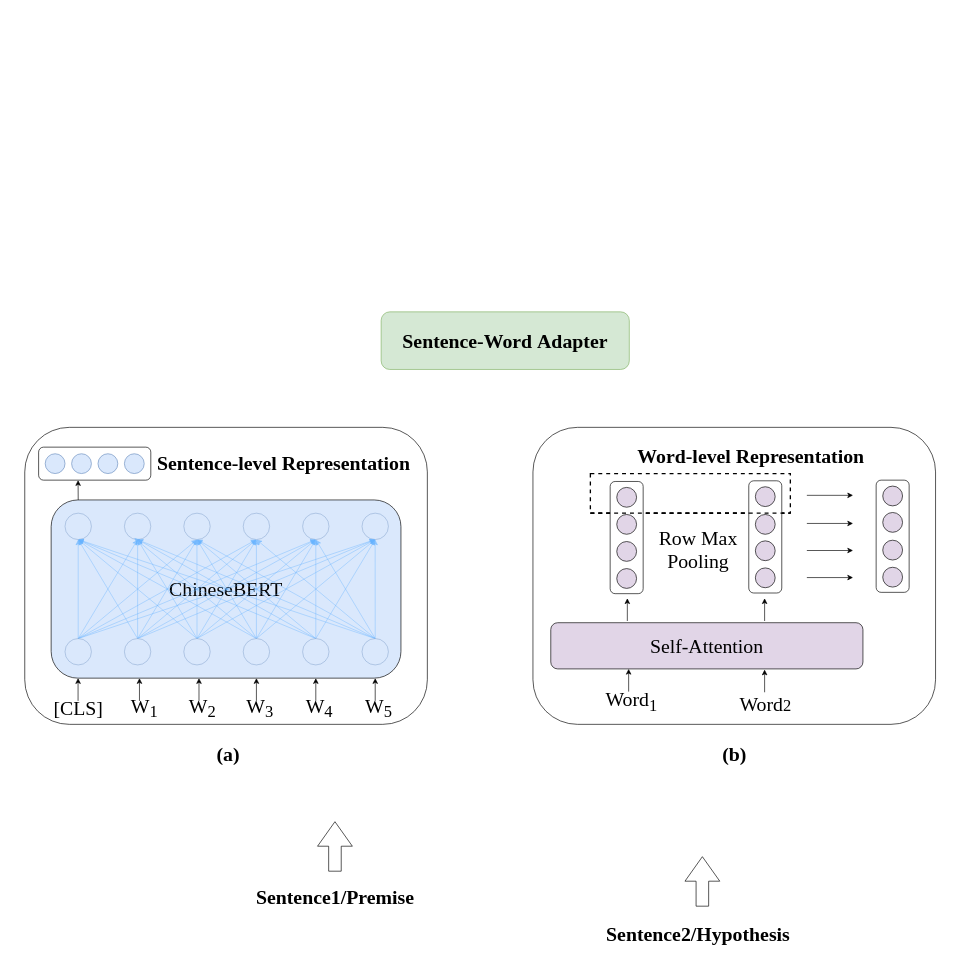
Earlier version of the draw.io diagram text_match/NLI_method.drawio (lengyueit/paper_pic). Source tidied: cells renumbered, new cells numbered last; positions are measured from the earlier drawing's top-left corner, leaving out a move shared by most shapes. Both pictures are drawn from the tidied source at 66%, with x=0, y=0 at pixel (24, 312).
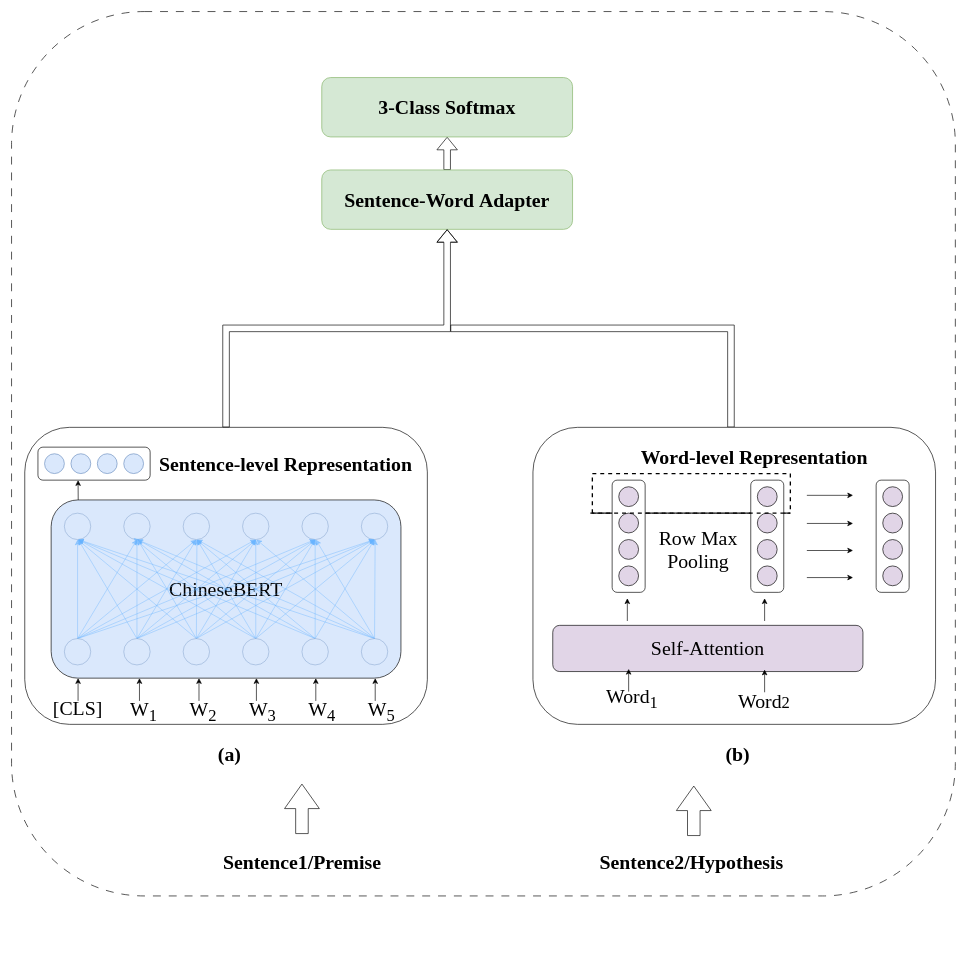
After the change.

Unchanged cells that the change refers to:
```xml
<mxCell id="6" style="rounded=1;whiteSpace=wrap;html=1;" parent="1" vertex="1">
  <mxGeometry y="175" width="610" height="450" as="geometry" />
</mxCell>
```

The edit, as a diff of the source:
```diff
@@
+    <mxCell id="110" style="rounded=1;whiteSpace=wrap;html=1;dashed=1;dashPattern=12 12;" parent="1" vertex="1">
+      <mxGeometry x="-20" y="-455" width="1430" height="1340" as="geometry" />
+    </mxCell>
     <mxCell id="2" value="&lt;font face=&quot;Times New Roman&quot; style=&quot;font-size: 30px;&quot;&gt;&lt;b&gt;Sentence1/Premise&lt;/b&gt;&lt;/font&gt;" style="text;html=1;align=center;verticalAlign=middle;strokeColor=none;fillColor=none;" parent="1" vertex="1">
-      <mxGeometry x="340" y="862" width="260" height="50" as="geometry" />
+      <mxGeometry x="290" y="808" width="260" height="50" as="geometry" />
     </mxCell>
     <mxCell id="3" value="&lt;font face=&quot;Times New Roman&quot; style=&quot;font-size: 30px;&quot;&gt;&lt;b&gt;Sentence2/Hypothesis&lt;/b&gt;&lt;/font&gt;" style="text;html=1;align=center;verticalAlign=middle;strokeColor=none;fillColor=none;" parent="1" vertex="1">
-      <mxGeometry x="870" y="917" width="300" height="50" as="geometry" />
+      <mxGeometry x="860" y="808" width="300" height="50" as="geometry" />
     </mxCell>
     <mxCell id="4" style="shape=flexArrow;endArrow=classic;html=1;rounded=0;endWidth=32.72727272727273;endSize=12.047619047619047;width=19.047619047619047;" parent="1" edge="1">
       <mxGeometry relative="1" as="geometry">
-        <mxPoint x="470" y="848" as="sourcePoint" />
-        <mxPoint x="470" y="772" as="targetPoint" />
+        <mxPoint x="420" y="791" as="sourcePoint" />
+        <mxPoint x="420" y="715" as="targetPoint" />
       </mxGeometry>
     </mxCell>
     <mxCell id="5" style="shape=flexArrow;endArrow=classic;html=1;rounded=0;endWidth=32.72727272727273;endSize=12.047619047619047;width=19.047619047619047;" parent="1" edge="1">
       <mxGeometry relative="1" as="geometry">
-        <mxPoint x="1026.7" y="901" as="sourcePoint" />
-        <mxPoint x="1026.7" y="825" as="targetPoint" />
+        <mxPoint x="1013.7" y="794" as="sourcePoint" />
+        <mxPoint x="1013.7" y="718" as="targetPoint" />
       </mxGeometry>
     </mxCell>
@@
     <mxCell id="7" value="&lt;font style=&quot;font-size: 30px;&quot; face=&quot;Times New Roman&quot;&gt;&lt;b&gt;Sentence-level Representation&lt;/b&gt;&lt;/font&gt;" style="text;html=1;align=center;verticalAlign=middle;strokeColor=none;fillColor=none;" parent="1" vertex="1">
-      <mxGeometry x="187" y="204" width="410" height="50" as="geometry" />
+      <mxGeometry x="190" y="205" width="410" height="50" as="geometry" />
     </mxCell>
     <mxCell id="8" value="&lt;font style=&quot;font-size: 30px;&quot; face=&quot;Times New Roman&quot;&gt;[CLS]&lt;/font&gt;" style="text;html=1;align=center;verticalAlign=middle;strokeColor=none;fillColor=none;" parent="1" vertex="1">
-      <mxGeometry x="31" y="575" width="100" height="50" as="geometry" />
+      <mxGeometry x="30" y="575" width="100" height="50" as="geometry" />
     </mxCell>
     <mxCell id="9" value="&lt;font style=&quot;font-size: 30px;&quot; face=&quot;Times New Roman&quot;&gt;W&lt;sub&gt;1&lt;/sub&gt;&lt;/font&gt;" style="text;html=1;align=center;verticalAlign=middle;strokeColor=none;fillColor=none;" parent="1" vertex="1">
-      <mxGeometry x="151" y="570" width="60" height="60" as="geometry" />
+      <mxGeometry x="150" y="575" width="60" height="60" as="geometry" />
     </mxCell>
     <mxCell id="10" value="&lt;font style=&quot;font-size: 30px;&quot; face=&quot;Times New Roman&quot;&gt;W&lt;sub&gt;2&lt;/sub&gt;&lt;/font&gt;" style="text;html=1;align=center;verticalAlign=middle;strokeColor=none;fillColor=none;" parent="1" vertex="1">
-      <mxGeometry x="238.5" y="570" width="60" height="60" as="geometry" />
+      <mxGeometry x="240" y="575" width="60" height="60" as="geometry" />
     </mxCell>
     <mxCell id="11" value="&lt;font style=&quot;font-size: 30px;&quot; face=&quot;Times New Roman&quot;&gt;W&lt;sub&gt;3&lt;/sub&gt;&lt;/font&gt;" style="text;html=1;align=center;verticalAlign=middle;strokeColor=none;fillColor=none;" parent="1" vertex="1">
-      <mxGeometry x="326" y="570" width="60" height="60" as="geometry" />
+      <mxGeometry x="330" y="575" width="60" height="60" as="geometry" />
     </mxCell>
     <mxCell id="12" value="&lt;font style=&quot;font-size: 30px;&quot; face=&quot;Times New Roman&quot;&gt;W&lt;sub&gt;4&lt;/sub&gt;&lt;/font&gt;" style="text;html=1;align=center;verticalAlign=middle;strokeColor=none;fillColor=none;" parent="1" vertex="1">
-      <mxGeometry x="416" y="570" width="60" height="60" as="geometry" />
+      <mxGeometry x="420" y="575" width="60" height="60" as="geometry" />
     </mxCell>
     <mxCell id="13" value="&lt;font style=&quot;font-size: 30px;&quot; face=&quot;Times New Roman&quot;&gt;W&lt;sub&gt;5&lt;/sub&gt;&lt;/font&gt;" style="text;html=1;align=center;verticalAlign=middle;strokeColor=none;fillColor=none;" parent="1" vertex="1">
-      <mxGeometry x="506" y="570" width="60" height="60" as="geometry" />
+      <mxGeometry x="510" y="575" width="60" height="60" as="geometry" />
     </mxCell>
     <mxCell id="14" style="group;" parent="1" vertex="1">
-      <mxGeometry x="21" y="205" width="170" height="50" as="geometry" />
+      <mxGeometry x="20" y="205" width="170" height="50" as="geometry" />
     </mxCell>
@@
     <mxCell id="27" value="&lt;font face=&quot;Times New Roman&quot;&gt;&lt;span style=&quot;font-size: 30px;&quot;&gt;&lt;b&gt;(a)&lt;/b&gt;&lt;/span&gt;&lt;/font&gt;" style="text;html=1;align=center;verticalAlign=middle;strokeColor=none;fillColor=none;" parent="1" vertex="1">
-      <mxGeometry x="278" y="645" width="60" height="50" as="geometry" />
+      <mxGeometry x="280" y="645" width="60" height="50" as="geometry" />
     </mxCell>
@@
     <mxCell id="29" style="ellipse;whiteSpace=wrap;html=1;fillColor=#dae8fc;strokeColor=#6c8ebf;opacity=60;" parent="1" vertex="1">
-      <mxGeometry x="61" y="305" width="40" height="40" as="geometry" />
+      <mxGeometry x="60" y="305" width="40" height="40" as="geometry" />
     </mxCell>
     <mxCell id="30" style="ellipse;whiteSpace=wrap;html=1;fillColor=#dae8fc;strokeColor=#6c8ebf;opacity=60;" parent="1" vertex="1">
-      <mxGeometry x="151" y="305" width="40" height="40" as="geometry" />
+      <mxGeometry x="150" y="305" width="40" height="40" as="geometry" />
     </mxCell>
     <mxCell id="31" style="ellipse;whiteSpace=wrap;html=1;fillColor=#dae8fc;strokeColor=#6c8ebf;opacity=60;" parent="1" vertex="1">
-      <mxGeometry x="241" y="305" width="40" height="40" as="geometry" />
+      <mxGeometry x="240" y="305" width="40" height="40" as="geometry" />
     </mxCell>
     <mxCell id="32" style="ellipse;whiteSpace=wrap;html=1;fillColor=#dae8fc;strokeColor=#6c8ebf;opacity=60;" parent="1" vertex="1">
-      <mxGeometry x="331" y="305" width="40" height="40" as="geometry" />
+      <mxGeometry x="330" y="305" width="40" height="40" as="geometry" />
     </mxCell>
     <mxCell id="33" style="ellipse;whiteSpace=wrap;html=1;fillColor=#dae8fc;strokeColor=#6c8ebf;opacity=60;" parent="1" vertex="1">
-      <mxGeometry x="421" y="305" width="40" height="40" as="geometry" />
+      <mxGeometry x="420" y="305" width="40" height="40" as="geometry" />
     </mxCell>
     <mxCell id="34" style="ellipse;whiteSpace=wrap;html=1;fillColor=#dae8fc;strokeColor=#6c8ebf;opacity=60;" parent="1" vertex="1">
-      <mxGeometry x="511" y="305" width="40" height="40" as="geometry" />
+      <mxGeometry x="510" y="305" width="40" height="40" as="geometry" />
     </mxCell>
@@
     <mxCell id="41" style="ellipse;whiteSpace=wrap;html=1;fillColor=#dae8fc;strokeColor=#6c8ebf;opacity=60;" parent="1" vertex="1">
-      <mxGeometry x="61" y="495" width="40" height="40" as="geometry" />
+      <mxGeometry x="60" y="495" width="40" height="40" as="geometry" />
     </mxCell>
@@
     <mxCell id="48" style="ellipse;whiteSpace=wrap;html=1;fillColor=#dae8fc;strokeColor=#6c8ebf;opacity=60;" parent="1" vertex="1">
-      <mxGeometry x="151" y="495" width="40" height="40" as="geometry" />
+      <mxGeometry x="150" y="495" width="40" height="40" as="geometry" />
     </mxCell>
@@
     <mxCell id="55" style="ellipse;whiteSpace=wrap;html=1;fillColor=#dae8fc;strokeColor=#6c8ebf;opacity=60;" parent="1" vertex="1">
-      <mxGeometry x="241" y="495" width="40" height="40" as="geometry" />
+      <mxGeometry x="240" y="495" width="40" height="40" as="geometry" />
     </mxCell>
@@
     <mxCell id="62" style="ellipse;whiteSpace=wrap;html=1;fillColor=#dae8fc;strokeColor=#6c8ebf;opacity=60;" parent="1" vertex="1">
-      <mxGeometry x="331" y="495" width="40" height="40" as="geometry" />
+      <mxGeometry x="330" y="495" width="40" height="40" as="geometry" />
     </mxCell>
@@
     <mxCell id="68" style="ellipse;whiteSpace=wrap;html=1;fillColor=#dae8fc;strokeColor=#6c8ebf;opacity=60;" parent="1" vertex="1">
-      <mxGeometry x="421" y="495" width="40" height="40" as="geometry" />
+      <mxGeometry x="420" y="495" width="40" height="40" as="geometry" />
     </mxCell>
@@
     <mxCell id="75" style="ellipse;whiteSpace=wrap;html=1;fillColor=#dae8fc;strokeColor=#6c8ebf;opacity=60;" parent="1" vertex="1">
-      <mxGeometry x="511" y="495" width="40" height="40" as="geometry" />
+      <mxGeometry x="510" y="495" width="40" height="40" as="geometry" />
     </mxCell>
+    <mxCell id="111" style="edgeStyle=orthogonalEdgeStyle;rounded=0;orthogonalLoop=1;jettySize=auto;html=1;exitX=0.5;exitY=0;exitDx=0;exitDy=0;shape=flexArrow;endArrow=none;endFill=0;" parent="1" edge="1">
+      <mxGeometry relative="1" as="geometry">
+        <mxPoint x="1070" y="175" as="sourcePoint" />
+        <mxPoint x="645" y="25" as="targetPoint" />
+        <Array as="points">
+          <mxPoint x="1070" y="25" />
+        </Array>
+      </mxGeometry>
+    </mxCell>
@@
     <mxCell id="77" value="&lt;font face=&quot;Times New Roman&quot;&gt;&lt;span style=&quot;font-size: 30px;&quot;&gt;&lt;b&gt;(b)&lt;/b&gt;&lt;/span&gt;&lt;/font&gt;" style="text;html=1;align=center;verticalAlign=middle;strokeColor=none;fillColor=none;" parent="1" vertex="1">
-      <mxGeometry x="1045" y="645" width="60" height="50" as="geometry" />
+      <mxGeometry x="1050" y="645" width="60" height="50" as="geometry" />
     </mxCell>
     <mxCell id="78" value="&lt;font face=&quot;Times New Roman&quot;&gt;&lt;span style=&quot;font-size: 30px;&quot;&gt;Word&lt;sub&gt;1&lt;/sub&gt;&lt;/span&gt;&lt;/font&gt;" style="text;html=1;align=center;verticalAlign=middle;strokeColor=none;fillColor=none;" parent="1" vertex="1">
-      <mxGeometry x="869" y="560" width="100" height="60" as="geometry" />
+      <mxGeometry x="870" y="555" width="100" height="60" as="geometry" />
     </mxCell>
     <mxCell id="79" value="&lt;font style=&quot;font-size: 30px;&quot; face=&quot;Times New Roman&quot;&gt;Self-Attention&lt;/font&gt;" style="rounded=1;whiteSpace=wrap;html=1;fillColor=#e1d5e7;strokeColor=#000000;" parent="1" vertex="1">
-      <mxGeometry x="797" y="471" width="473" height="70" as="geometry" />
+      <mxGeometry x="800" y="475" width="470" height="70" as="geometry" />
     </mxCell>
     <mxCell id="80" value="&lt;font style=&quot;font-size: 30px;&quot; face=&quot;Times New Roman&quot;&gt;&lt;b&gt;Word&lt;/b&gt;&lt;/font&gt;&lt;font face=&quot;Times New Roman&quot; style=&quot;font-size: 30px;&quot;&gt;&lt;b&gt;&lt;font style=&quot;font-size: 30px;&quot;&gt;-level&amp;nbsp;&lt;/font&gt;Representation&lt;/b&gt;&lt;/font&gt;" style="text;html=1;align=center;verticalAlign=middle;strokeColor=none;fillColor=none;" parent="1" vertex="1">
-      <mxGeometry x="915" y="194" width="370" height="50" as="geometry" />
+      <mxGeometry x="920" y="195" width="370" height="50" as="geometry" />
     </mxCell>
     <mxCell id="81" style="rounded=0;whiteSpace=wrap;html=1;dashed=1;strokeWidth=2;" parent="1" vertex="1">
-      <mxGeometry x="857" y="245" width="303" height="60" as="geometry" />
+      <mxGeometry x="860" y="245" width="300" height="60" as="geometry" />
     </mxCell>
@@
     <mxCell id="92" style="rounded=1;whiteSpace=wrap;html=1;direction=west;rotation=90;" parent="1" vertex="1">
-      <mxGeometry x="1037" y="316" width="170" height="50" as="geometry" />
+      <mxGeometry x="1040" y="315" width="170" height="50" as="geometry" />
     </mxCell>
     <mxCell id="93" style="ellipse;whiteSpace=wrap;html=1;fillColor=#e1d5e7;direction=west;" parent="1" vertex="1">
-      <mxGeometry x="1107" y="265" width="30" height="30" as="geometry" />
+      <mxGeometry x="1110" y="265" width="30" height="30" as="geometry" />
     </mxCell>
     <mxCell id="94" style="ellipse;whiteSpace=wrap;html=1;fillColor=#e1d5e7;direction=west;" parent="1" vertex="1">
-      <mxGeometry x="1107" y="307" width="30" height="30" as="geometry" />
+      <mxGeometry x="1110" y="305" width="30" height="30" as="geometry" />
     </mxCell>
     <mxCell id="95" style="ellipse;whiteSpace=wrap;html=1;fillColor=#e1d5e7;direction=west;" parent="1" vertex="1">
-      <mxGeometry x="1107" y="347" width="30" height="30" as="geometry" />
+      <mxGeometry x="1110" y="345" width="30" height="30" as="geometry" />
     </mxCell>
     <mxCell id="96" style="ellipse;whiteSpace=wrap;html=1;fillColor=#e1d5e7;direction=west;" parent="1" vertex="1">
-      <mxGeometry x="1107" y="388" width="30" height="30" as="geometry" />
+      <mxGeometry x="1110" y="385" width="30" height="30" as="geometry" />
     </mxCell>
@@
     <mxCell id="98" style="ellipse;whiteSpace=wrap;html=1;fillColor=#e1d5e7;direction=west;" parent="1" vertex="1">
-      <mxGeometry x="1300" y="264" width="30" height="30" as="geometry" />
+      <mxGeometry x="1300" y="265" width="30" height="30" as="geometry" />
     </mxCell>
     <mxCell id="99" style="ellipse;whiteSpace=wrap;html=1;fillColor=#e1d5e7;direction=west;" parent="1" vertex="1">
-      <mxGeometry x="1300" y="304" width="30" height="30" as="geometry" />
+      <mxGeometry x="1300" y="305" width="30" height="30" as="geometry" />
     </mxCell>
     <mxCell id="100" style="ellipse;whiteSpace=wrap;html=1;fillColor=#e1d5e7;direction=west;" parent="1" vertex="1">
-      <mxGeometry x="1300" y="346" width="30" height="30" as="geometry" />
+      <mxGeometry x="1300" y="345" width="30" height="30" as="geometry" />
     </mxCell>
     <mxCell id="101" style="ellipse;whiteSpace=wrap;html=1;fillColor=#e1d5e7;direction=west;" parent="1" vertex="1">
-      <mxGeometry x="1300" y="387" width="30" height="30" as="geometry" />
+      <mxGeometry x="1300" y="385" width="30" height="30" as="geometry" />
     </mxCell>
     <mxCell id="102" style="rounded=1;whiteSpace=wrap;html=1;direction=west;rotation=90;" parent="1" vertex="1">
-      <mxGeometry x="827" y="317" width="170" height="50" as="geometry" />
+      <mxGeometry x="830" y="315" width="170" height="50" as="geometry" />
     </mxCell>
     <mxCell id="103" style="ellipse;whiteSpace=wrap;html=1;fillColor=#e1d5e7;direction=west;" parent="1" vertex="1">
-      <mxGeometry x="897" y="266" width="30" height="30" as="geometry" />
+      <mxGeometry x="900" y="265" width="30" height="30" as="geometry" />
     </mxCell>
     <mxCell id="104" style="ellipse;whiteSpace=wrap;html=1;fillColor=#e1d5e7;direction=west;" parent="1" vertex="1">
-      <mxGeometry x="897" y="307" width="30" height="30" as="geometry" />
+      <mxGeometry x="900" y="305" width="30" height="30" as="geometry" />
     </mxCell>
     <mxCell id="105" style="ellipse;whiteSpace=wrap;html=1;fillColor=#e1d5e7;direction=west;" parent="1" vertex="1">
-      <mxGeometry x="897" y="348" width="30" height="30" as="geometry" />
+      <mxGeometry x="900" y="345" width="30" height="30" as="geometry" />
     </mxCell>
     <mxCell id="106" style="ellipse;whiteSpace=wrap;html=1;fillColor=#e1d5e7;direction=west;" parent="1" vertex="1">
-      <mxGeometry x="897" y="389" width="30" height="30" as="geometry" />
+      <mxGeometry x="900" y="385" width="30" height="30" as="geometry" />
     </mxCell>
@@
+    <mxCell id="112" style="edgeStyle=orthogonalEdgeStyle;rounded=0;jettySize=auto;html=1;exitX=0.5;exitY=0;exitDx=0;exitDy=0;shape=flexArrow;" parent="1" edge="1" source="108" target="114">
+      <mxGeometry relative="1" as="geometry" />
+    </mxCell>
     <mxCell id="108" value="&lt;font style=&quot;border-color: var(--border-color); font-size: 30px;&quot; face=&quot;Times New Roman&quot;&gt;&lt;b style=&quot;border-color: var(--border-color);&quot;&gt;Sentence-Word&amp;nbsp;&lt;/b&gt;&lt;/font&gt;&lt;font style=&quot;border-color: var(--border-color);&quot; face=&quot;Times New Roman&quot;&gt;&lt;b style=&quot;border-color: var(--border-color); font-size: 30px;&quot;&gt;Adapter&lt;/b&gt;&lt;/font&gt;" style="rounded=1;whiteSpace=wrap;html=1;fillColor=#d5e8d4;strokeColor=#82b366;" parent="1" vertex="1">
-      <mxGeometry x="540" width="376" height="87.3" as="geometry" />
+      <mxGeometry x="450" y="-215" width="380" height="90" as="geometry" />
     </mxCell>
     <mxCell id="109" value="&lt;font face=&quot;Times New Roman&quot;&gt;&lt;span style=&quot;font-size: 30px;&quot;&gt;Word&lt;/span&gt;&lt;span style=&quot;font-size: 25px;&quot;&gt;2&lt;/span&gt;&lt;/font&gt;" style="text;html=1;align=center;verticalAlign=middle;strokeColor=none;fillColor=none;" parent="1" vertex="1">
-      <mxGeometry x="1072" y="570" width="100" height="50" as="geometry" />
+      <mxGeometry x="1070" y="565" width="100" height="50" as="geometry" />
     </mxCell>
+    <mxCell id="113" style="edgeStyle=orthogonalEdgeStyle;rounded=0;jettySize=auto;html=1;exitX=0.5;exitY=0;exitDx=0;exitDy=0;shape=flexArrow;" parent="1" edge="1" source="6">
+      <mxGeometry relative="1" as="geometry">
+        <mxPoint x="640" y="-125" as="targetPoint" />
+        <Array as="points">
+          <mxPoint x="305" y="25" />
+          <mxPoint x="640" y="25" />
+        </Array>
+      </mxGeometry>
+    </mxCell>
+    <mxCell id="114" value="&lt;font face=&quot;Times New Roman&quot;&gt;&lt;span style=&quot;font-size: 30px;&quot;&gt;&lt;b&gt;3-Class Softmax&lt;/b&gt;&lt;/span&gt;&lt;/font&gt;" style="rounded=1;whiteSpace=wrap;html=1;fillColor=#d5e8d4;strokeColor=#82b366;" parent="1" vertex="1">
+      <mxGeometry x="450" y="-355" width="380" height="90" as="geometry" />
+    </mxCell>
```
